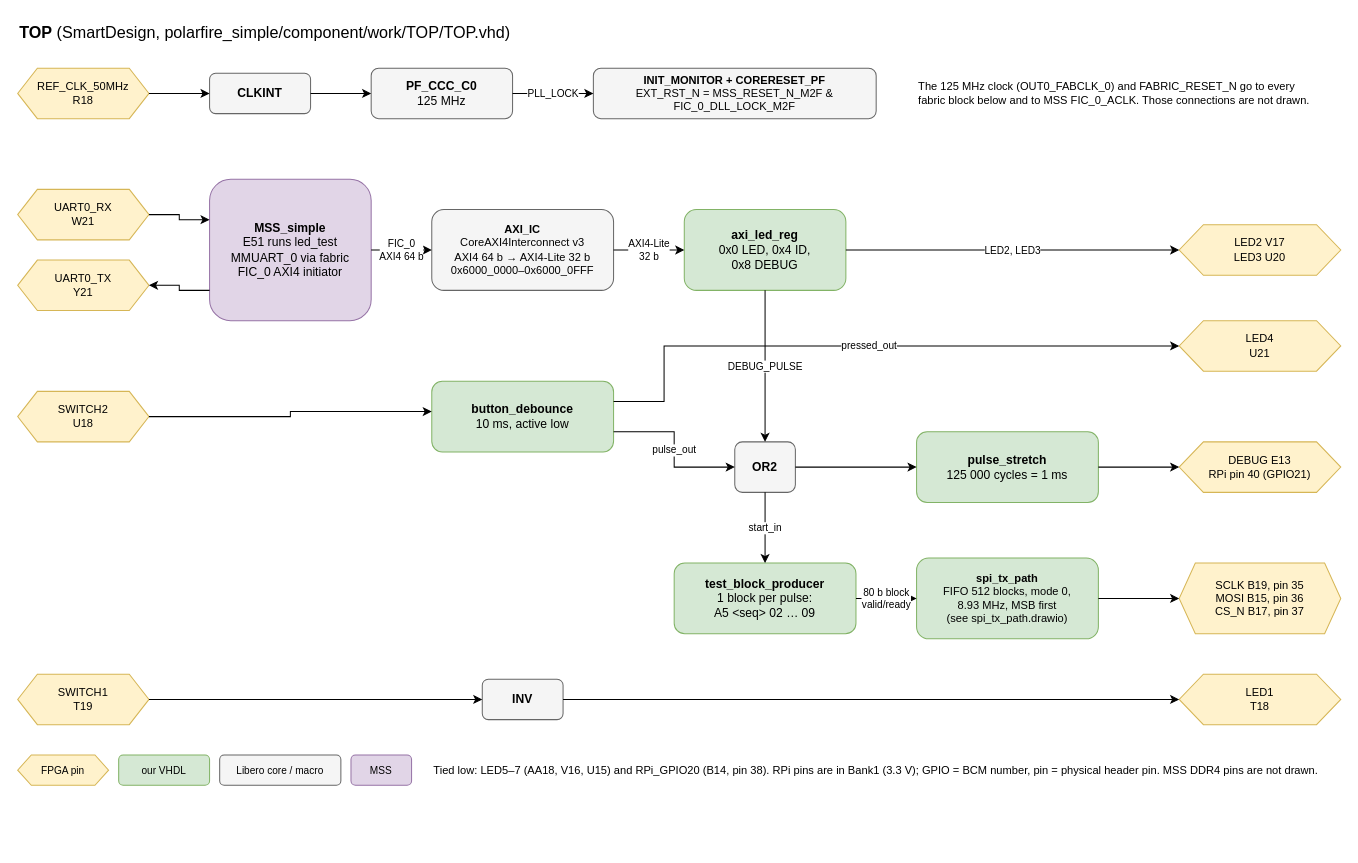
Before: documentation/top_level.drawio in jenswilly/polarfire_simple, a draw.io diagram. Source tidied: cells renumbered, new cells numbered last; positions are measured from the earlier drawing's top-left corner, leaving out a move shared by most shapes. Both pictures are drawn from the tidied source at 101%, with x=0, y=0 at pixel (17, 17).
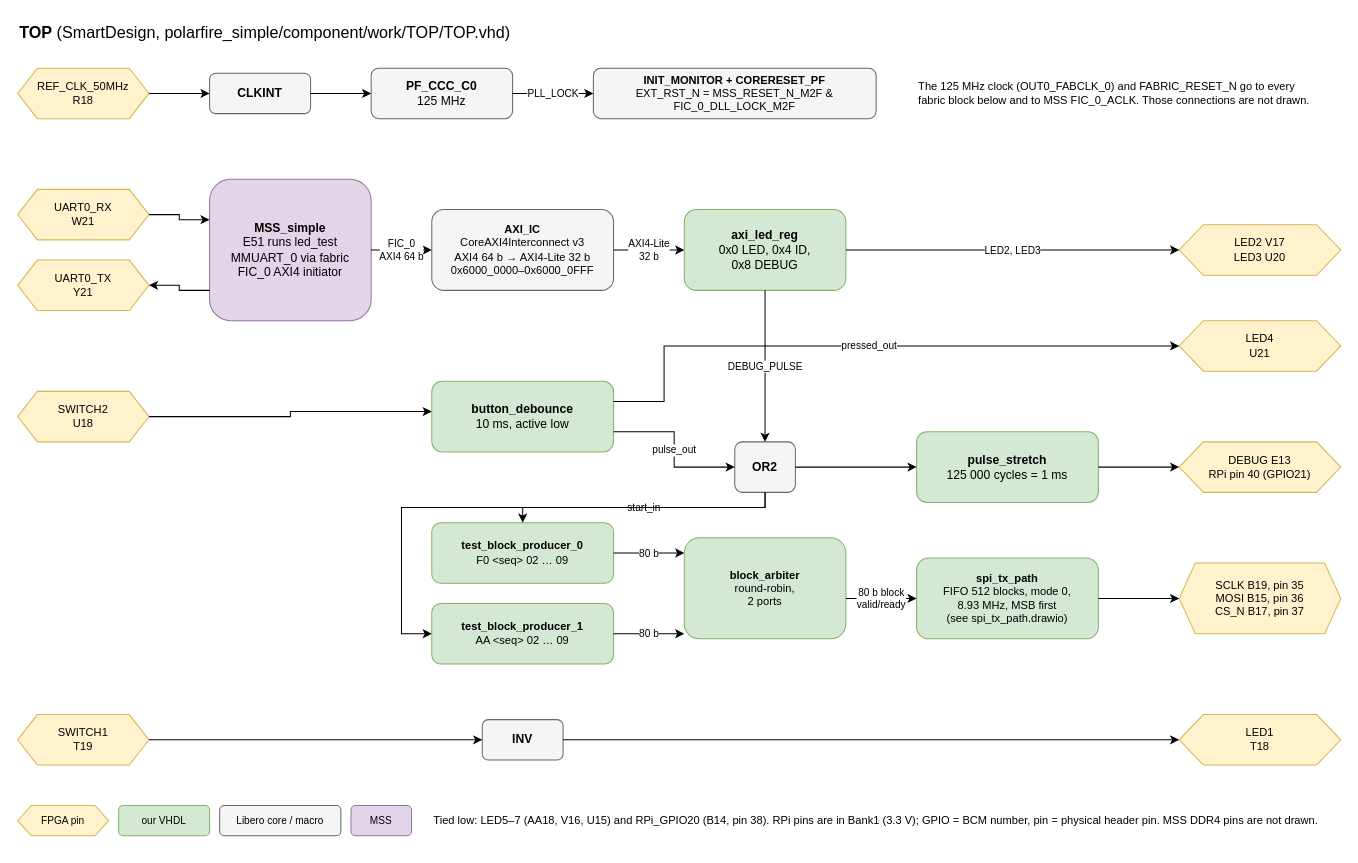
The same page after the edit.

The change refers to these unchanged cells:
```xml
<mxCell id="17" value="&lt;b&gt;OR2&lt;/b&gt;" style="rounded=1;whiteSpace=wrap;html=1;fillColor=#f5f5f5;strokeColor=#666666;" parent="1" vertex="1">
  <mxGeometry x="710" y="420" width="60" height="50" as="geometry" />
</mxCell>
<mxCell id="21" value="&lt;b&gt;spi_tx_path&lt;/b&gt;&lt;br&gt;FIFO 512 blocks, mode 0,&lt;br&gt;8.93 MHz, MSB first&lt;br&gt;(see spi_tx_path.drawio)" style="rounded=1;whiteSpace=wrap;html=1;fillColor=#d5e8d4;strokeColor=#82b366;fontSize=11;" parent="1" vertex="1">
  <mxGeometry x="890" y="535" width="180" height="80" as="geometry" />
</mxCell>
```

Change to the diagram source:
```diff
@@
-    <mxCell id="20" value="&lt;b&gt;test_block_producer&lt;/b&gt;&lt;br&gt;1 block per pulse:&lt;br&gt;A5 &amp;lt;seq&amp;gt; 02 … 09" style="rounded=1;whiteSpace=wrap;html=1;fillColor=#d5e8d4;strokeColor=#82b366;" parent="1" vertex="1">
-      <mxGeometry x="650" y="540" width="180" height="70" as="geometry" />
+    <mxCell id="20" value="&lt;b&gt;test_block_producer_0&lt;/b&gt;&lt;br&gt;F0 &amp;lt;seq&amp;gt; 02 … 09" style="rounded=1;whiteSpace=wrap;html=1;fillColor=#d5e8d4;strokeColor=#82b366;fontSize=11;" parent="1" vertex="1">
+      <mxGeometry x="410" y="500" width="180" height="60" as="geometry" />
     </mxCell>
+    <mxCell id="50" value="&lt;b&gt;test_block_producer_1&lt;/b&gt;&lt;br&gt;AA &amp;lt;seq&amp;gt; 02 … 09" style="rounded=1;whiteSpace=wrap;html=1;fillColor=#d5e8d4;strokeColor=#82b366;fontSize=11;" parent="1" vertex="1">
+      <mxGeometry x="410" y="580" width="180" height="60" as="geometry" />
+    </mxCell>
+    <mxCell id="51" value="&lt;b&gt;block_arbiter&lt;/b&gt;&lt;br&gt;round-robin,&lt;br&gt;2 ports" style="rounded=1;whiteSpace=wrap;html=1;fillColor=#d5e8d4;strokeColor=#82b366;fontSize=11;" parent="1" vertex="1">
+      <mxGeometry x="660" y="515" width="160" height="100" as="geometry" />
+    </mxCell>
@@
     <mxCell id="23" value="SWITCH1&lt;br&gt;T19" style="shape=hexagon;perimeter=hexagonPerimeter2;whiteSpace=wrap;html=1;size=0.15;fillColor=#fff2cc;strokeColor=#d6b656;fontSize=11;" parent="1" vertex="1">
-      <mxGeometry y="650" width="130" height="50" as="geometry" />
+      <mxGeometry y="690" width="130" height="50" as="geometry" />
     </mxCell>
     <mxCell id="24" value="&lt;b&gt;INV&lt;/b&gt;" style="rounded=1;whiteSpace=wrap;html=1;fillColor=#f5f5f5;strokeColor=#666666;" parent="1" vertex="1">
-      <mxGeometry x="460" y="655" width="80" height="40" as="geometry" />
+      <mxGeometry x="460" y="695" width="80" height="40" as="geometry" />
     </mxCell>
     <mxCell id="25" value="LED1&lt;br&gt;T18" style="shape=hexagon;perimeter=hexagonPerimeter2;whiteSpace=wrap;html=1;size=0.15;fillColor=#fff2cc;strokeColor=#d6b656;fontSize=11;" parent="1" vertex="1">
-      <mxGeometry x="1150" y="650" width="160" height="50" as="geometry" />
+      <mxGeometry x="1150" y="690" width="160" height="50" as="geometry" />
     </mxCell>
@@
     <mxCell id="40" value="start_in" style="edgeStyle=orthogonalEdgeStyle;rounded=0;html=1;fontSize=10;exitX=0.5;exitY=1;entryX=0.5;entryY=0;" parent="1" edge="1" source="17" target="20">
-      <mxGeometry relative="1" as="geometry" />
+      <mxGeometry relative="1" as="geometry">
+        <Array as="points">
+          <mxPoint x="740" y="485" />
+          <mxPoint x="500" y="485" />
+        </Array>
+      </mxGeometry>
     </mxCell>
+    <mxCell id="52" style="edgeStyle=orthogonalEdgeStyle;rounded=0;html=1;fontSize=10;exitX=0.5;exitY=1;entryX=0;entryY=0.5;" parent="1" edge="1" source="17" target="50">
+      <mxGeometry relative="1" as="geometry">
+        <Array as="points">
+          <mxPoint x="740" y="485" />
+          <mxPoint x="380" y="485" />
+          <mxPoint x="380" y="610" />
+        </Array>
+      </mxGeometry>
+    </mxCell>
+    <mxCell id="53" value="80 b" style="edgeStyle=orthogonalEdgeStyle;rounded=0;html=1;fontSize=10;exitX=1;exitY=0.5;entryX=0;entryY=0.15;entryDx=0;entryDy=0;" parent="1" edge="1" source="20" target="51">
+      <mxGeometry relative="1" as="geometry" />
+    </mxCell>
+    <mxCell id="54" value="80 b" style="edgeStyle=orthogonalEdgeStyle;rounded=0;html=1;fontSize=10;exitX=1;exitY=0.5;entryX=0;entryY=0.95;entryDx=0;entryDy=0;" parent="1" edge="1" source="50" target="51">
+      <mxGeometry relative="1" as="geometry" />
+    </mxCell>
-    <mxCell id="41" value="80 b block&lt;br&gt;valid/ready" style="edgeStyle=orthogonalEdgeStyle;rounded=0;html=1;fontSize=10;exitX=1;exitY=0.5;entryX=0;entryY=0.5;" parent="1" edge="1" source="20" target="21">
+    <mxCell id="41" value="80 b block&lt;br&gt;valid/ready" style="edgeStyle=orthogonalEdgeStyle;rounded=0;html=1;fontSize=10;exitX=1;exitY=0.6;exitDx=0;exitDy=0;entryX=0;entryY=0.5;" parent="1" edge="1" source="51" target="21">
       <mxGeometry relative="1" as="geometry" />
     </mxCell>
@@
     <mxCell id="45" value="FPGA pin" style="shape=hexagon;perimeter=hexagonPerimeter2;whiteSpace=wrap;html=1;size=0.15;fillColor=#fff2cc;strokeColor=#d6b656;fontSize=10;" parent="1" vertex="1">
-      <mxGeometry y="730" width="90" height="30" as="geometry" />
+      <mxGeometry y="780" width="90" height="30" as="geometry" />
     </mxCell>
     <mxCell id="46" value="our VHDL" style="rounded=1;whiteSpace=wrap;html=1;fillColor=#d5e8d4;strokeColor=#82b366;fontSize=10;" parent="1" vertex="1">
-      <mxGeometry x="100" y="730" width="90" height="30" as="geometry" />
+      <mxGeometry x="100" y="780" width="90" height="30" as="geometry" />
     </mxCell>
     <mxCell id="47" value="Libero core / macro" style="rounded=1;whiteSpace=wrap;html=1;fillColor=#f5f5f5;strokeColor=#666666;fontSize=10;" parent="1" vertex="1">
-      <mxGeometry x="200" y="730" width="120" height="30" as="geometry" />
+      <mxGeometry x="200" y="780" width="120" height="30" as="geometry" />
     </mxCell>
     <mxCell id="48" value="MSS" style="rounded=1;whiteSpace=wrap;html=1;fillColor=#e1d5e7;strokeColor=#9673a6;fontSize=10;" parent="1" vertex="1">
-      <mxGeometry x="330" y="730" width="60" height="30" as="geometry" />
+      <mxGeometry x="330" y="780" width="60" height="30" as="geometry" />
     </mxCell>
     <mxCell id="49" value="Tied low: LED5–7 (AA18, V16, U15) and RPi_GPIO20 (B14, pin 38). RPi pins are in Bank1 (3.3 V); GPIO = BCM number, pin = physical header pin. MSS DDR4 pins are not drawn." style="text;html=1;align=left;verticalAlign=middle;whiteSpace=wrap;fontSize=11;" parent="1" vertex="1">
-      <mxGeometry x="410" y="720" width="900" height="50" as="geometry" />
+      <mxGeometry x="410" y="770" width="900" height="50" as="geometry" />
     </mxCell>
```
